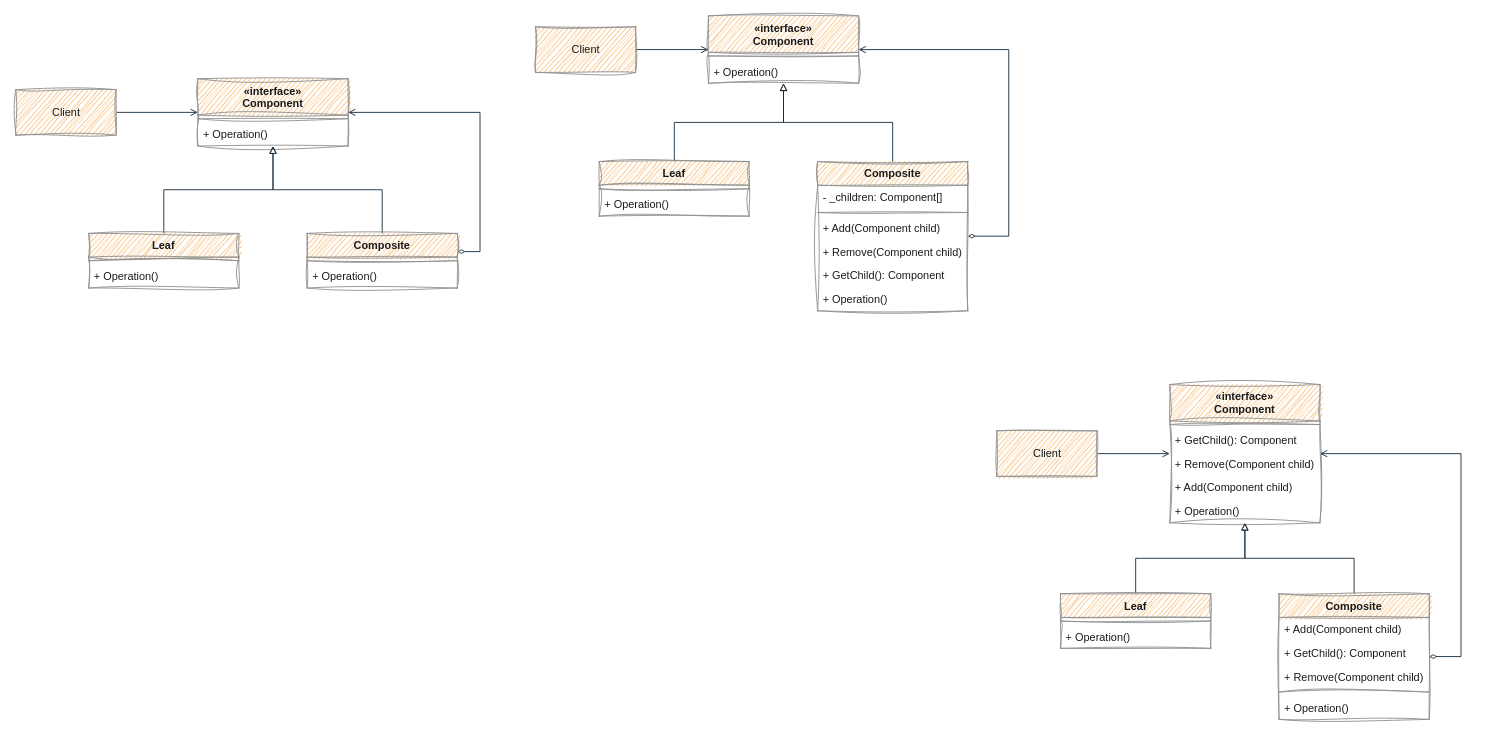
Above: page "Composite" (2 of 5) of images/design pattern class diagram.drawio in Yu-Qiao-Hong/Yu-Qiao-Hong.github.io (draw.io), before the change. Source tidied: cells renumbered, new cells numbered last; positions are measured from the earlier drawing's top-left corner, leaving out a move shared by most shapes. Both pictures are drawn from the tidied source at 91%, with x=0, y=0 at pixel (15, 15).
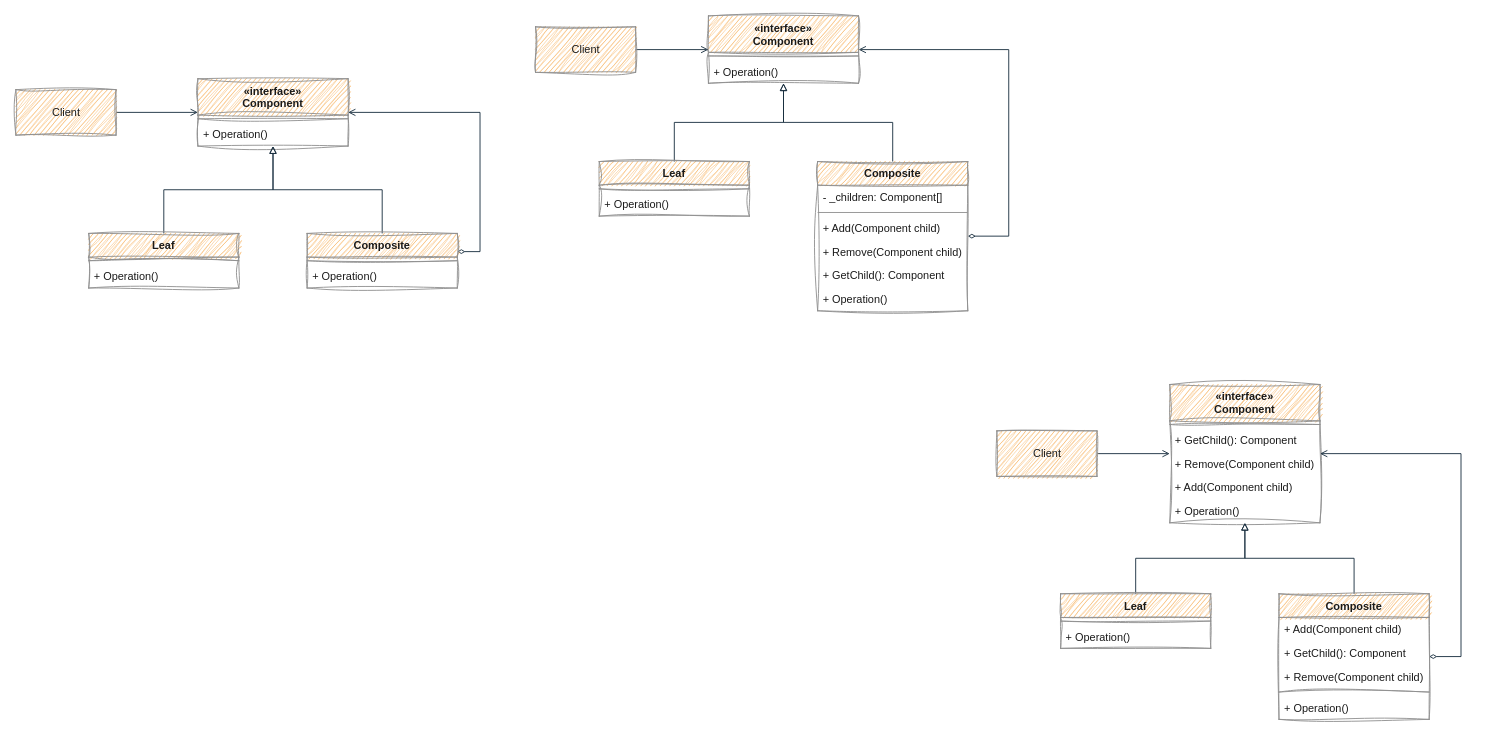
Above is the later version.

Unchanged cells that the change refers to:
```xml
<mxCell id="25" value="Composite" style="swimlane;fontStyle=1;align=center;verticalAlign=top;horizontal=1;startSize=26;rounded=0;fillColor=#F5AB50;strokeColor=#909090;fontColor=#1A1A1A;sketch=1;curveFitting=1;jiggle=2;" parent="1" vertex="1">
  <mxGeometry x="881" y="160" width="165" height="164" as="geometry" />
</mxCell>
```

The edit, as a diff of the source:
```diff
@@
-    <mxCell id="27" style="line;strokeWidth=1;fillColor=none;align=left;verticalAlign=middle;spacingTop=-1;spacingLeft=3;spacingRight=3;labelPosition=right;rounded=0;labelBackgroundColor=#EEEEEE;strokeColor=#909090;fontColor=#1A1A1A;sketch=1;curveFitting=1;jiggle=2;" parent="25" vertex="1">
+    <mxCell id="27" style="line;strokeWidth=1;fillColor=none;align=left;verticalAlign=middle;spacingTop=-1;spacingLeft=3;spacingRight=3;labelPosition=right;rounded=0;labelBackgroundColor=#EEEEEE;strokeColor=#909090;fontColor=#1A1A1A;" parent="25" vertex="1">
       <mxGeometry y="52" width="165" height="8" as="geometry" />
     </mxCell>
```
